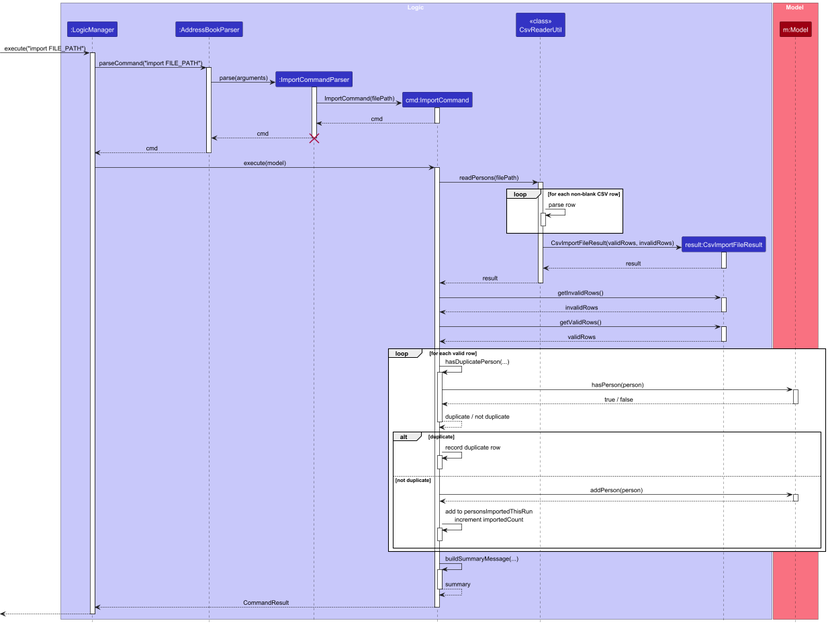
Above: docs/images/ImportCommandSequenceDiagram.png in Taiz2000/tp (PlantUML), before the change. Its diagram source:
```plantuml
@startuml
!include style.puml
skinparam ArrowFontStyle plain

box Logic LOGIC_COLOR_T1
participant ":LogicManager" as LogicManager LOGIC_COLOR
participant ":AddressBookParser" as AddressBookParser LOGIC_COLOR
participant ":ImportCommandParser" as ImportCommandParser LOGIC_COLOR
participant "cmd:ImportCommand" as ImportCommand LOGIC_COLOR
participant "<<class>>\nCsvReaderUtil" as CsvReaderUtil LOGIC_COLOR
participant "result:CsvImportFileResult" as CsvImportFileResult LOGIC_COLOR
end box

box Model MODEL_COLOR_T1
participant "m:Model" as Model MODEL_COLOR
end box

[-> LogicManager : execute("import FILE_PATH")
activate LogicManager

LogicManager -> AddressBookParser : parseCommand("import FILE_PATH")
activate AddressBookParser

create ImportCommandParser
AddressBookParser -> ImportCommandParser : parse(arguments)
activate ImportCommandParser

create ImportCommand
ImportCommandParser -> ImportCommand : ImportCommand(filePath)
activate ImportCommand
ImportCommand --> ImportCommandParser : cmd
deactivate ImportCommand

ImportCommandParser --> AddressBookParser : cmd
deactivate ImportCommandParser
destroy ImportCommandParser

AddressBookParser --> LogicManager : cmd
deactivate AddressBookParser

LogicManager -> ImportCommand : execute(model)
activate ImportCommand

ImportCommand -> CsvReaderUtil : readPersons(filePath)
activate CsvReaderUtil

loop for each non-blank CSV row
    CsvReaderUtil -> CsvReaderUtil : parse row
    activate CsvReaderUtil
    deactivate CsvReaderUtil
end

create CsvImportFileResult
CsvReaderUtil -> CsvImportFileResult : CsvImportFileResult(validRows, invalidRows)
activate CsvImportFileResult
CsvImportFileResult --> CsvReaderUtil : result
deactivate CsvImportFileResult

CsvReaderUtil --> ImportCommand : result
deactivate CsvReaderUtil

ImportCommand -> CsvImportFileResult : getInvalidRows()
activate CsvImportFileResult
CsvImportFileResult --> ImportCommand : invalidRows
deactivate CsvImportFileResult

ImportCommand -> CsvImportFileResult : getValidRows()
activate CsvImportFileResult
CsvImportFileResult --> ImportCommand : validRows
deactivate CsvImportFileResult

loop for each valid row
    ImportCommand -> ImportCommand : hasDuplicatePerson(...)
    activate ImportCommand

    ImportCommand -> Model : hasPerson(person)
    activate Model
    Model --> ImportCommand : true / false
    deactivate Model

    ImportCommand --> ImportCommand : duplicate / not duplicate
    deactivate ImportCommand

    alt duplicate
        ImportCommand -> ImportCommand : record duplicate row
        activate ImportCommand
        deactivate ImportCommand
    else not duplicate
        ImportCommand -> Model : addPerson(person)
        activate Model
        Model --> ImportCommand
        deactivate Model

        ImportCommand -> ImportCommand : add to personsImportedThisRun\nincrement importedCount
        activate ImportCommand
        deactivate ImportCommand
    end
end

ImportCommand -> ImportCommand : buildSummaryMessage(...)
activate ImportCommand
ImportCommand --> ImportCommand : summary
deactivate ImportCommand

ImportCommand --> LogicManager : CommandResult
deactivate ImportCommand

[<-- LogicManager
deactivate LogicManager
@enduml
```
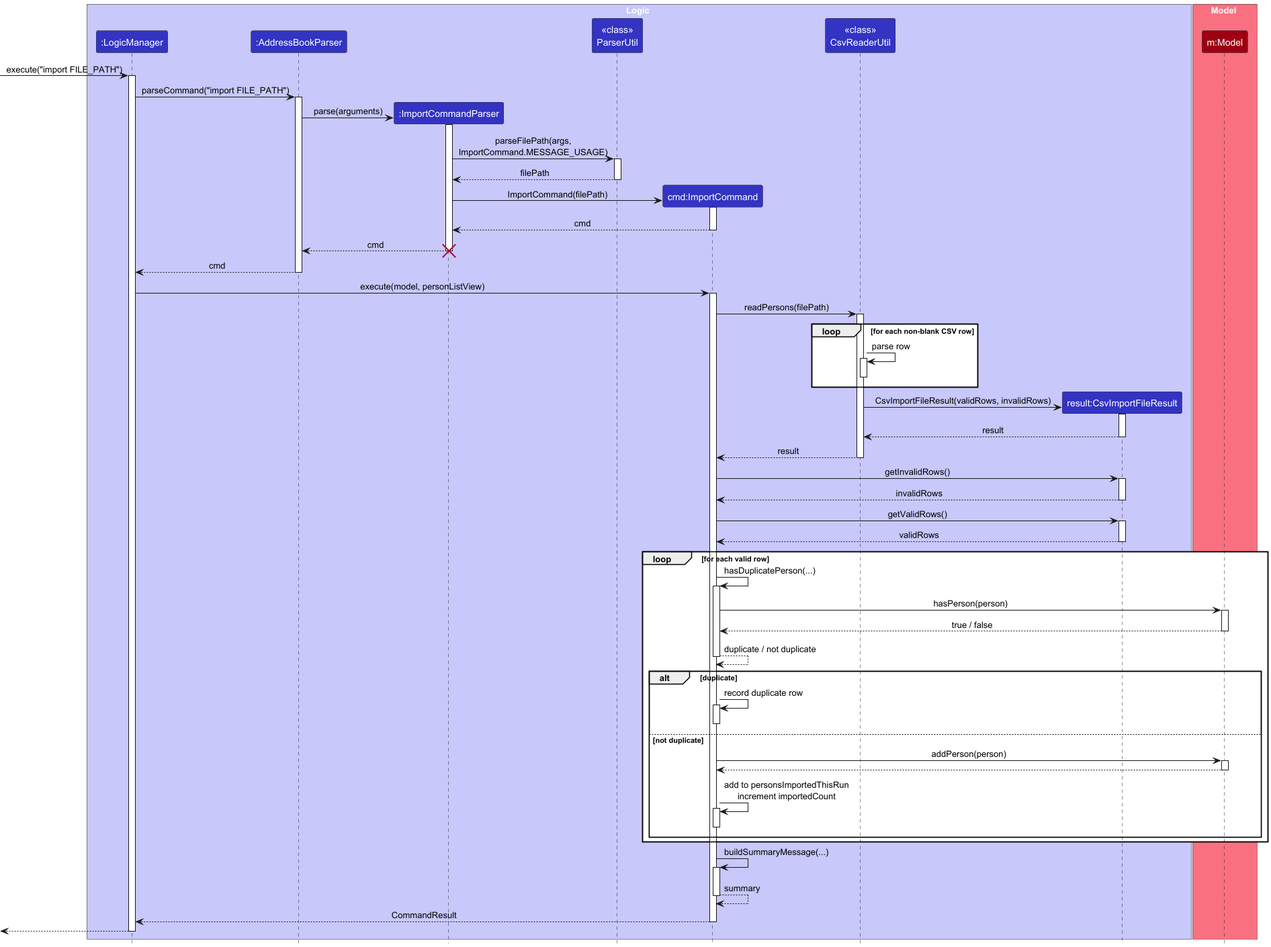
The same file after the commit.

Commit message:
Change uml diagram images

The edit, as a diff of the source:
```diff
@@ -6,6 +6,7 @@
 participant ":LogicManager" as LogicManager LOGIC_COLOR
 participant ":AddressBookParser" as AddressBookParser LOGIC_COLOR
 participant ":ImportCommandParser" as ImportCommandParser LOGIC_COLOR
+participant "<<class>>\nParserUtil" as ParserUtil LOGIC_COLOR
 participant "cmd:ImportCommand" as ImportCommand LOGIC_COLOR
 participant "<<class>>\nCsvReaderUtil" as CsvReaderUtil LOGIC_COLOR
 participant "result:CsvImportFileResult" as CsvImportFileResult LOGIC_COLOR
@@ -25,6 +26,11 @@
 AddressBookParser -> ImportCommandParser : parse(arguments)
 activate ImportCommandParser
 
+ImportCommandParser -> ParserUtil : parseFilePath(args,\nImportCommand.MESSAGE_USAGE)
+activate ParserUtil
+ParserUtil --> ImportCommandParser : filePath
+deactivate ParserUtil
+
 create ImportCommand
 ImportCommandParser -> ImportCommand : ImportCommand(filePath)
 activate ImportCommand
@@ -38,7 +44,7 @@
 AddressBookParser --> LogicManager : cmd
 deactivate AddressBookParser
 
-LogicManager -> ImportCommand : execute(model)
+LogicManager -> ImportCommand : execute(model, personListView)
 activate ImportCommand
 
 ImportCommand -> CsvReaderUtil : readPersons(filePath)
```
